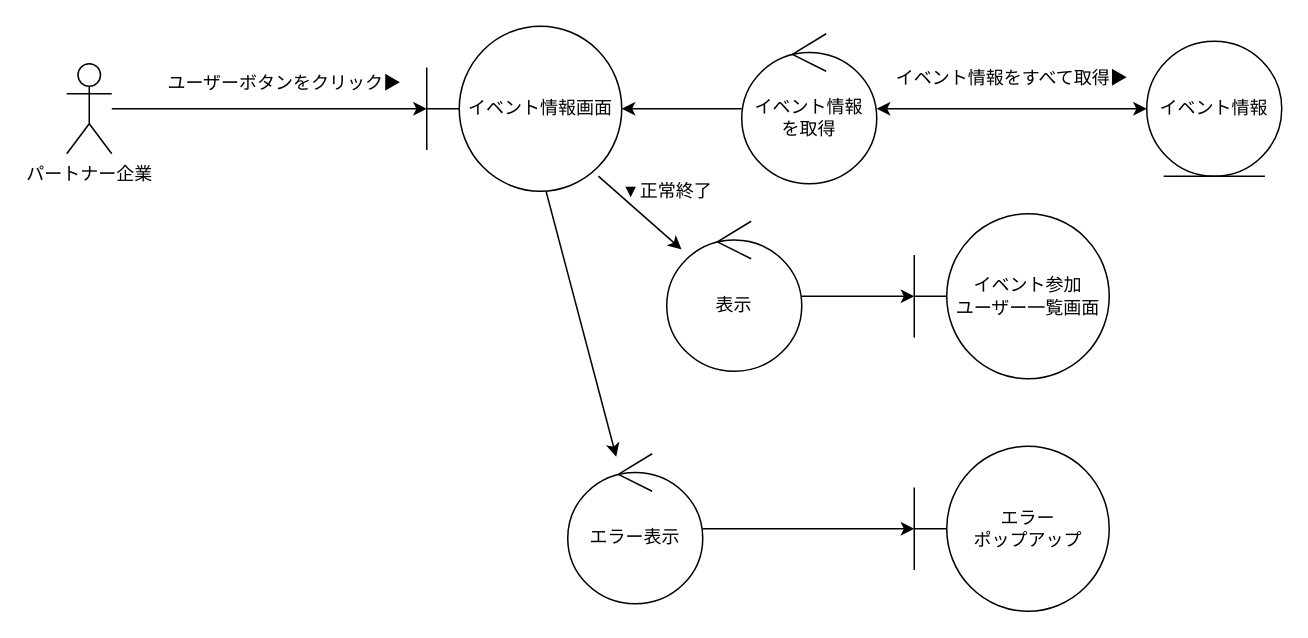
Above: page "参加ユーザー確認" (6 of 10) of out/ロバストネス図/パートナー企業-ロバストネス図.drawio in ksw2270227/GroupF (draw.io), before the change. Source tidied: cells renumbered, new cells numbered last; positions are measured from the earlier drawing's top-left corner, leaving out a move shared by most shapes. Both pictures are drawn from the tidied source at 150%, with x=0, y=0 at pixel (66, 26).
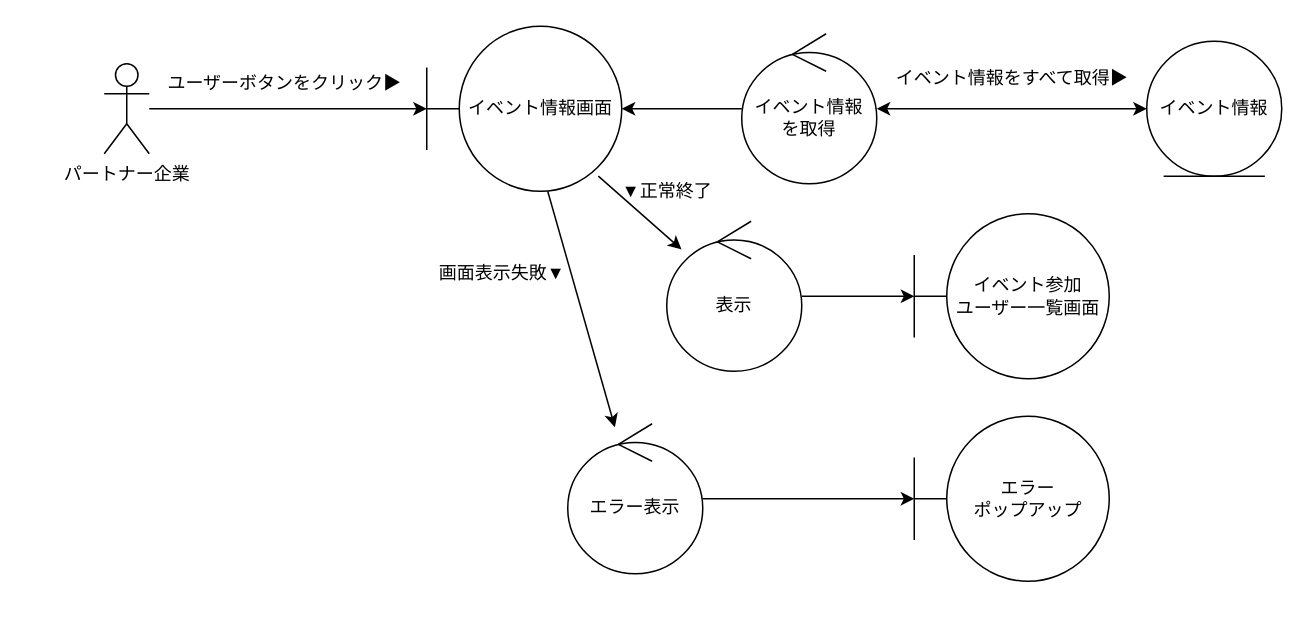
The same page after the edit.

The edit, as a diff of the source:
```diff
@@
     <mxCell id="3" value="パートナー企業" style="shape=umlActor;verticalLabelPosition=bottom;verticalAlign=top;html=1;" parent="1" vertex="1">
-      <mxGeometry y="25" width="30" height="60" as="geometry" />
+      <mxGeometry x="25" y="25" width="30" height="60" as="geometry" />
     </mxCell>
@@
     <mxCell id="16" value="エラー&lt;br&gt;ポップアップ" style="shape=umlBoundary;whiteSpace=wrap;html=1;" parent="1" vertex="1">
-      <mxGeometry x="565" y="280" width="130" height="110" as="geometry" />
+      <mxGeometry x="565" y="260" width="130" height="110" as="geometry" />
     </mxCell>
@@
     <mxCell id="18" value="エラー表示" style="ellipse;shape=umlControl;whiteSpace=wrap;html=1;" parent="1" vertex="1">
-      <mxGeometry x="334" y="285" width="90" height="100" as="geometry" />
+      <mxGeometry x="334" y="265" width="90" height="100" as="geometry" />
     </mxCell>
@@
+    <mxCell id="20" value="画面表示失敗▼" style="text;html=1;align=center;verticalAlign=middle;strokeColor=none;fillColor=none;fontSize=12;" parent="1" vertex="1">
+      <mxGeometry x="235" y="150" width="110" height="30" as="geometry" />
+    </mxCell>
```
